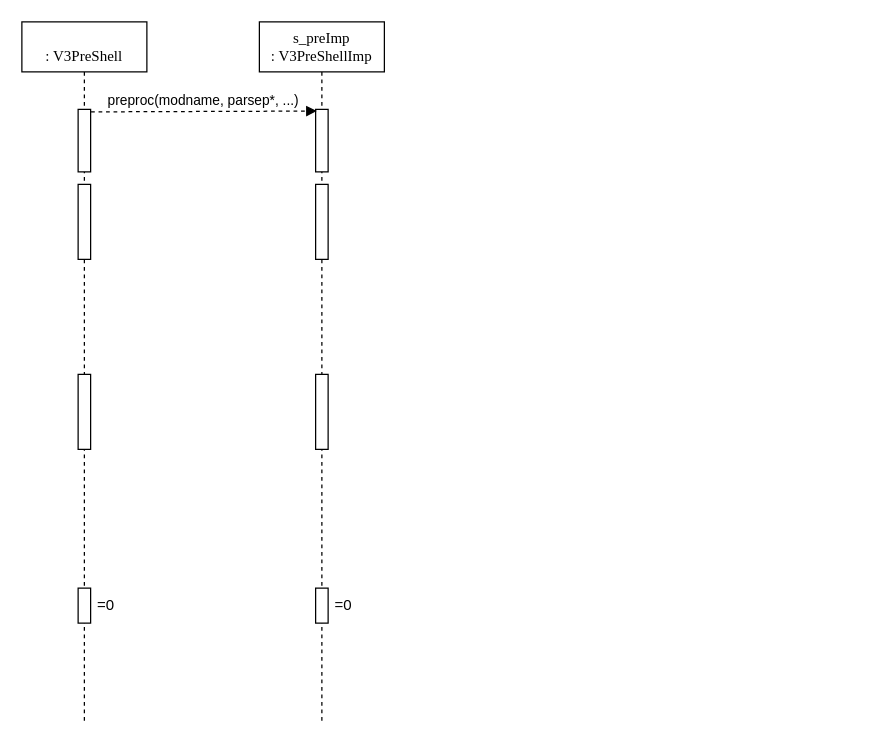
Above: verilator_digrams/YY_INPUT.drawio in Dercury/CLDK (draw.io), before the change. Source tidied: cells renumbered, new cells numbered last; positions are measured from the earlier drawing's top-left corner, leaving out a move shared by most shapes. Both pictures are drawn from the tidied source at 125%, with x=0, y=0 at pixel (21, 21).
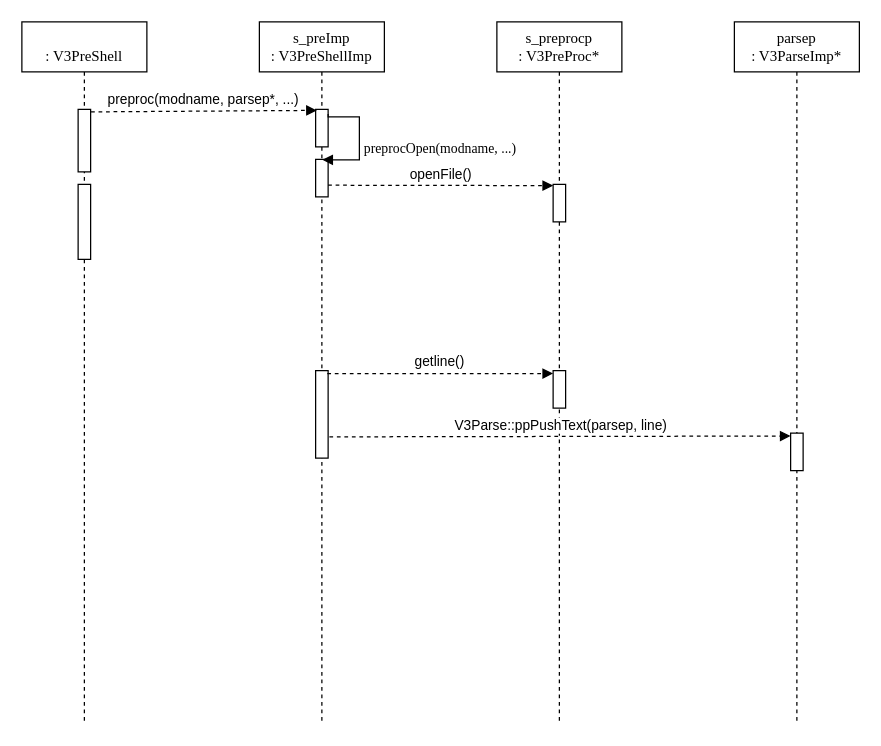
After the change.

Unchanged cells that the change refers to:
```xml
<mxCell id="2" value="&lt;br&gt;: V3PreShell" style="shape=umlLifeline;perimeter=lifelinePerimeter;whiteSpace=wrap;html=1;fontFamily=Times New Roman;" parent="1" vertex="1">
  <mxGeometry width="100" height="562" as="geometry" />
</mxCell>
<mxCell id="8" value="s_preImp&lt;br&gt;: V3PreShellImp" style="shape=umlLifeline;perimeter=lifelinePerimeter;whiteSpace=wrap;html=1;fontFamily=Times New Roman;" parent="1" vertex="1">
  <mxGeometry x="190" width="100" height="562" as="geometry" />
</mxCell>
```

What changed in the source:
```diff
@@
-    <mxCell id="5" style="html=1;perimeter=orthogonalPerimeter;" parent="2" vertex="1">
-      <mxGeometry x="45" y="282" width="10" height="60" as="geometry" />
-    </mxCell>
-    <mxCell id="6" style="html=1;perimeter=orthogonalPerimeter;" parent="2" vertex="1">
-      <mxGeometry x="45" y="453" width="10" height="28" as="geometry" />
-    </mxCell>
-    <mxCell id="7" value="=0" style="text;html=1;strokeColor=none;fillColor=none;align=center;verticalAlign=middle;whiteSpace=wrap;rounded=0;dashed=1;dashPattern=1 1;" parent="2" vertex="1">
-      <mxGeometry x="55" y="457" width="25" height="20" as="geometry" />
-    </mxCell>
@@
     <mxCell id="9" style="html=1;points=[];perimeter=orthogonalPerimeter;" parent="8" vertex="1">
-      <mxGeometry x="45" y="70" width="10" height="50" as="geometry" />
+      <mxGeometry x="45" y="70" width="10" height="30" as="geometry" />
     </mxCell>
     <mxCell id="10" style="html=1;points=[];perimeter=orthogonalPerimeter;" parent="8" vertex="1">
-      <mxGeometry x="45" y="130" width="10" height="60" as="geometry" />
+      <mxGeometry x="45" y="110" width="10" height="30" as="geometry" />
     </mxCell>
-    <mxCell id="11" style="html=1;perimeter=orthogonalPerimeter;" parent="8" vertex="1">
-      <mxGeometry x="45" y="282" width="10" height="60" as="geometry" />
-    </mxCell>
-    <mxCell id="12" style="html=1;perimeter=orthogonalPerimeter;" parent="8" vertex="1">
-      <mxGeometry x="45" y="453" width="10" height="28" as="geometry" />
-    </mxCell>
-    <mxCell id="13" value="=0" style="text;html=1;strokeColor=none;fillColor=none;align=center;verticalAlign=middle;whiteSpace=wrap;rounded=0;dashed=1;dashPattern=1 1;" parent="8" vertex="1">
-      <mxGeometry x="55" y="457" width="25" height="20" as="geometry" />
-    </mxCell>
+    <mxCell id="15" value="preprocOpen(modname, ...)" style="edgeStyle=orthogonalEdgeStyle;html=1;align=left;spacingLeft=2;endArrow=block;rounded=0;fontFamily=Times New Roman;exitX=1.003;exitY=0.123;exitDx=0;exitDy=0;exitPerimeter=0;entryX=0.533;entryY=0.012;entryDx=0;entryDy=0;entryPerimeter=0;" parent="8" edge="1" source="9" target="10">
+      <mxGeometry x="0.13" relative="1" as="geometry">
+        <Array as="points">
+          <mxPoint x="55" y="76" />
+          <mxPoint x="80" y="76" />
+          <mxPoint x="80" y="110" />
+          <mxPoint x="50" y="110" />
+        </Array>
+      </mxGeometry>
+    </mxCell>
+    <mxCell id="16" style="html=1;points=[];perimeter=orthogonalPerimeter;" parent="8" vertex="1">
+      <mxGeometry x="45" y="279" width="10" height="70" as="geometry" />
+    </mxCell>
@@
+    <mxCell id="17" value="s_preprocp&lt;br&gt;: V3PreProc*" style="shape=umlLifeline;perimeter=lifelinePerimeter;whiteSpace=wrap;html=1;fontFamily=Times New Roman;" parent="1" vertex="1">
+      <mxGeometry x="380" width="100" height="562" as="geometry" />
+    </mxCell>
+    <mxCell id="18" style="html=1;points=[];perimeter=orthogonalPerimeter;" parent="17" vertex="1">
+      <mxGeometry x="45" y="130" width="10" height="30" as="geometry" />
+    </mxCell>
+    <mxCell id="19" style="html=1;points=[];perimeter=orthogonalPerimeter;" parent="17" vertex="1">
+      <mxGeometry x="45" y="279" width="10" height="30" as="geometry" />
+    </mxCell>
+    <mxCell id="20" value="getline()" style="html=1;verticalAlign=bottom;endArrow=block;dashed=1;exitX=0.933;exitY=0.033;exitDx=0;exitDy=0;exitPerimeter=0;entryX=0;entryY=0.078;entryDx=0;entryDy=0;entryPerimeter=0;" parent="1" edge="1" source="16" target="19">
+      <mxGeometry relative="1" as="geometry" />
+    </mxCell>
+    <mxCell id="21" value="parsep&lt;br&gt;: V3ParseImp*" style="shape=umlLifeline;perimeter=lifelinePerimeter;whiteSpace=wrap;html=1;fontFamily=Times New Roman;" parent="1" vertex="1">
+      <mxGeometry x="570" width="100" height="562" as="geometry" />
+    </mxCell>
+    <mxCell id="22" style="html=1;points=[];perimeter=orthogonalPerimeter;" parent="21" vertex="1">
+      <mxGeometry x="45" y="329" width="10" height="30" as="geometry" />
+    </mxCell>
+    <mxCell id="23" value="V3Parse::ppPushText(parsep, line)" style="html=1;verticalAlign=bottom;endArrow=block;dashed=1;entryX=0;entryY=0.078;entryDx=0;entryDy=0;entryPerimeter=0;exitX=1.1;exitY=0.757;exitDx=0;exitDy=0;exitPerimeter=0;" parent="1" edge="1" source="16" target="22">
+      <mxGeometry relative="1" as="geometry" />
+    </mxCell>
+    <mxCell id="24" value="openFile()" style="html=1;verticalAlign=bottom;endArrow=block;dashed=1;entryX=0;entryY=0.033;entryDx=0;entryDy=0;entryPerimeter=0;exitX=1;exitY=0.689;exitDx=0;exitDy=0;exitPerimeter=0;" parent="1" edge="1" source="10" target="18">
+      <mxGeometry relative="1" as="geometry" />
+    </mxCell>
```
